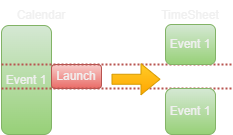
JanVasko1/KM-Calendar_Reading keeps this draw.io diagram as images/Lunch.png. Above is the earlier version. Source tidied: cells renumbered, new cells last; positions are measured from the earlier drawing's top-left corner, leaving out a move shared by most shapes. Source of this version:
```xml
<mxGraphModel>
  <root>
    <mxCell id="0" />
    <mxCell id="1" parent="0" />
    <mxCell id="2" value="Event 1" style="rounded=1;whiteSpace=wrap;html=1;fillColor=#d5e8d4;strokeColor=#82b366;gradientColor=#97d077;" parent="1" vertex="1">
      <mxGeometry y="25" width="50" height="109" as="geometry" />
    </mxCell>
    <mxCell id="3" value="Launch" style="rounded=1;whiteSpace=wrap;html=1;fillColor=#f8cecc;strokeColor=#b85450;gradientColor=#ea6b66;" parent="1" vertex="1">
      <mxGeometry x="50" y="64" width="50" height="24" as="geometry" />
    </mxCell>
    <mxCell id="4" style="endArrow=none;dashed=1;html=1;dashPattern=1 1;strokeWidth=2;rounded=0;fillColor=#f8cecc;strokeColor=#b85450;gradientColor=#ea6b66;" parent="1" edge="1">
      <mxGeometry relative="1" as="geometry">
        <mxPoint y="64" as="sourcePoint" />
        <mxPoint x="230" y="64" as="targetPoint" />
      </mxGeometry>
    </mxCell>
    <mxCell id="5" style="endArrow=none;dashed=1;html=1;dashPattern=1 1;strokeWidth=2;rounded=0;fillColor=#f8cecc;strokeColor=#b85450;gradientColor=#ea6b66;" parent="1" edge="1">
      <mxGeometry relative="1" as="geometry">
        <mxPoint y="88" as="sourcePoint" />
        <mxPoint x="230" y="88" as="targetPoint" />
      </mxGeometry>
    </mxCell>
    <mxCell id="6" value="Calendar" style="text;html=1;align=center;verticalAlign=middle;whiteSpace=wrap;rounded=0;" parent="1" vertex="1">
      <mxGeometry x="10" width="60" height="30" as="geometry" />
    </mxCell>
    <mxCell id="7" value="TimeSheet" style="text;html=1;align=center;verticalAlign=middle;whiteSpace=wrap;rounded=0;" parent="1" vertex="1">
      <mxGeometry x="159" width="60" height="30" as="geometry" />
    </mxCell>
    <mxCell id="8" style="shape=flexArrow;endArrow=classic;html=1;rounded=0;fillColor=#ffcd28;gradientColor=#ffa500;strokeColor=#d79b00;" parent="1" edge="1">
      <mxGeometry relative="1" as="geometry">
        <mxPoint x="110" y="78.8" as="sourcePoint" />
        <mxPoint x="159" y="78.8" as="targetPoint" />
      </mxGeometry>
    </mxCell>
    <mxCell id="9" value="Event 1" style="rounded=1;whiteSpace=wrap;html=1;fillColor=#d5e8d4;strokeColor=#82b366;gradientColor=#97d077;" parent="1" vertex="1">
      <mxGeometry x="164" y="88" width="50" height="46" as="geometry" />
    </mxCell>
    <mxCell id="10" value="Event 1" style="rounded=1;whiteSpace=wrap;html=1;fillColor=#d5e8d4;strokeColor=#82b366;gradientColor=#97d077;" parent="1" vertex="1">
      <mxGeometry x="164" y="24" width="50" height="40" as="geometry" />
    </mxCell>
  </root>
</mxGraphModel>
```
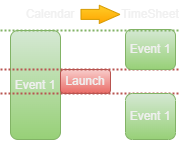
After the commit.

Diff of the diagram source:
```diff
@@ -8,35 +8,41 @@
     <mxCell id="3" value="Launch" style="rounded=1;whiteSpace=wrap;html=1;fillColor=#f8cecc;strokeColor=#b85450;gradientColor=#ea6b66;" parent="1" vertex="1">
       <mxGeometry x="50" y="64" width="50" height="24" as="geometry" />
     </mxCell>
-    <mxCell id="4" style="endArrow=none;dashed=1;html=1;dashPattern=1 1;strokeWidth=2;rounded=0;fillColor=#f8cecc;strokeColor=#b85450;gradientColor=#ea6b66;" parent="1" edge="1">
-      <mxGeometry relative="1" as="geometry">
-        <mxPoint y="64" as="sourcePoint" />
-        <mxPoint x="230" y="64" as="targetPoint" />
-      </mxGeometry>
+    <mxCell id="4" value="Calendar" style="text;html=1;align=center;verticalAlign=middle;whiteSpace=wrap;rounded=0;" parent="1" vertex="1">
+      <mxGeometry x="10" y="-6" width="60" height="30" as="geometry" />
     </mxCell>
-    <mxCell id="5" style="endArrow=none;dashed=1;html=1;dashPattern=1 1;strokeWidth=2;rounded=0;fillColor=#f8cecc;strokeColor=#b85450;gradientColor=#ea6b66;" parent="1" edge="1">
-      <mxGeometry relative="1" as="geometry">
-        <mxPoint y="88" as="sourcePoint" />
-        <mxPoint x="230" y="88" as="targetPoint" />
-      </mxGeometry>
+    <mxCell id="5" value="TimeSheet" style="text;html=1;align=center;verticalAlign=middle;whiteSpace=wrap;rounded=0;" parent="1" vertex="1">
+      <mxGeometry x="110" y="-6" width="60" height="30" as="geometry" />
     </mxCell>
-    <mxCell id="6" value="Calendar" style="text;html=1;align=center;verticalAlign=middle;whiteSpace=wrap;rounded=0;" parent="1" vertex="1">
-      <mxGeometry x="10" width="60" height="30" as="geometry" />
+    <mxCell id="6" style="shape=flexArrow;endArrow=classic;html=1;rounded=0;fillColor=#ffcd28;gradientColor=#ffa500;strokeColor=#d79b00;endWidth=7.209302325581396;endSize=6.574418604651163;" parent="1" edge="1">
+      <mxGeometry relative="1" as="geometry">
+        <mxPoint x="70" y="8.9" as="sourcePoint" />
+        <mxPoint x="110" y="8.9" as="targetPoint" />
+      </mxGeometry>
     </mxCell>
-    <mxCell id="7" value="TimeSheet" style="text;html=1;align=center;verticalAlign=middle;whiteSpace=wrap;rounded=0;" parent="1" vertex="1">
-      <mxGeometry x="159" width="60" height="30" as="geometry" />
+    <mxCell id="7" style="endArrow=none;dashed=1;html=1;dashPattern=1 1;strokeWidth=2;rounded=0;fillColor=#f8cecc;strokeColor=#b85450;gradientColor=#ea6b66;" parent="1" edge="1">
+      <mxGeometry relative="1" as="geometry">
+        <mxPoint x="-10" y="64" as="sourcePoint" />
+        <mxPoint x="170" y="64" as="targetPoint" />
+      </mxGeometry>
     </mxCell>
-    <mxCell id="8" style="shape=flexArrow;endArrow=classic;html=1;rounded=0;fillColor=#ffcd28;gradientColor=#ffa500;strokeColor=#d79b00;" parent="1" edge="1">
+    <mxCell id="8" style="endArrow=none;dashed=1;html=1;dashPattern=1 1;strokeWidth=2;rounded=0;fillColor=#f8cecc;strokeColor=#b85450;gradientColor=#ea6b66;" parent="1" edge="1">
       <mxGeometry relative="1" as="geometry">
-        <mxPoint x="110" y="78.8" as="sourcePoint" />
-        <mxPoint x="159" y="78.8" as="targetPoint" />
+        <mxPoint x="-10" y="88" as="sourcePoint" />
+        <mxPoint x="170" y="88" as="targetPoint" />
       </mxGeometry>
     </mxCell>
     <mxCell id="9" value="Event 1" style="rounded=1;whiteSpace=wrap;html=1;fillColor=#d5e8d4;strokeColor=#82b366;gradientColor=#97d077;" parent="1" vertex="1">
-      <mxGeometry x="164" y="88" width="50" height="46" as="geometry" />
+      <mxGeometry x="115" y="88" width="50" height="46" as="geometry" />
     </mxCell>
     <mxCell id="10" value="Event 1" style="rounded=1;whiteSpace=wrap;html=1;fillColor=#d5e8d4;strokeColor=#82b366;gradientColor=#97d077;" parent="1" vertex="1">
-      <mxGeometry x="164" y="24" width="50" height="40" as="geometry" />
+      <mxGeometry x="115" y="24" width="50" height="40" as="geometry" />
     </mxCell>
+    <mxCell id="11" style="endArrow=none;dashed=1;html=1;dashPattern=1 1;strokeWidth=2;rounded=0;fillColor=#d5e8d4;strokeColor=#82b366;gradientColor=#97d077;" parent="1" edge="1">
+      <mxGeometry relative="1" as="geometry">
+        <mxPoint x="-10" y="25" as="sourcePoint" />
+        <mxPoint x="170" y="25" as="targetPoint" />
+      </mxGeometry>
+    </mxCell>
   </root>
 </mxGraphModel>
```
